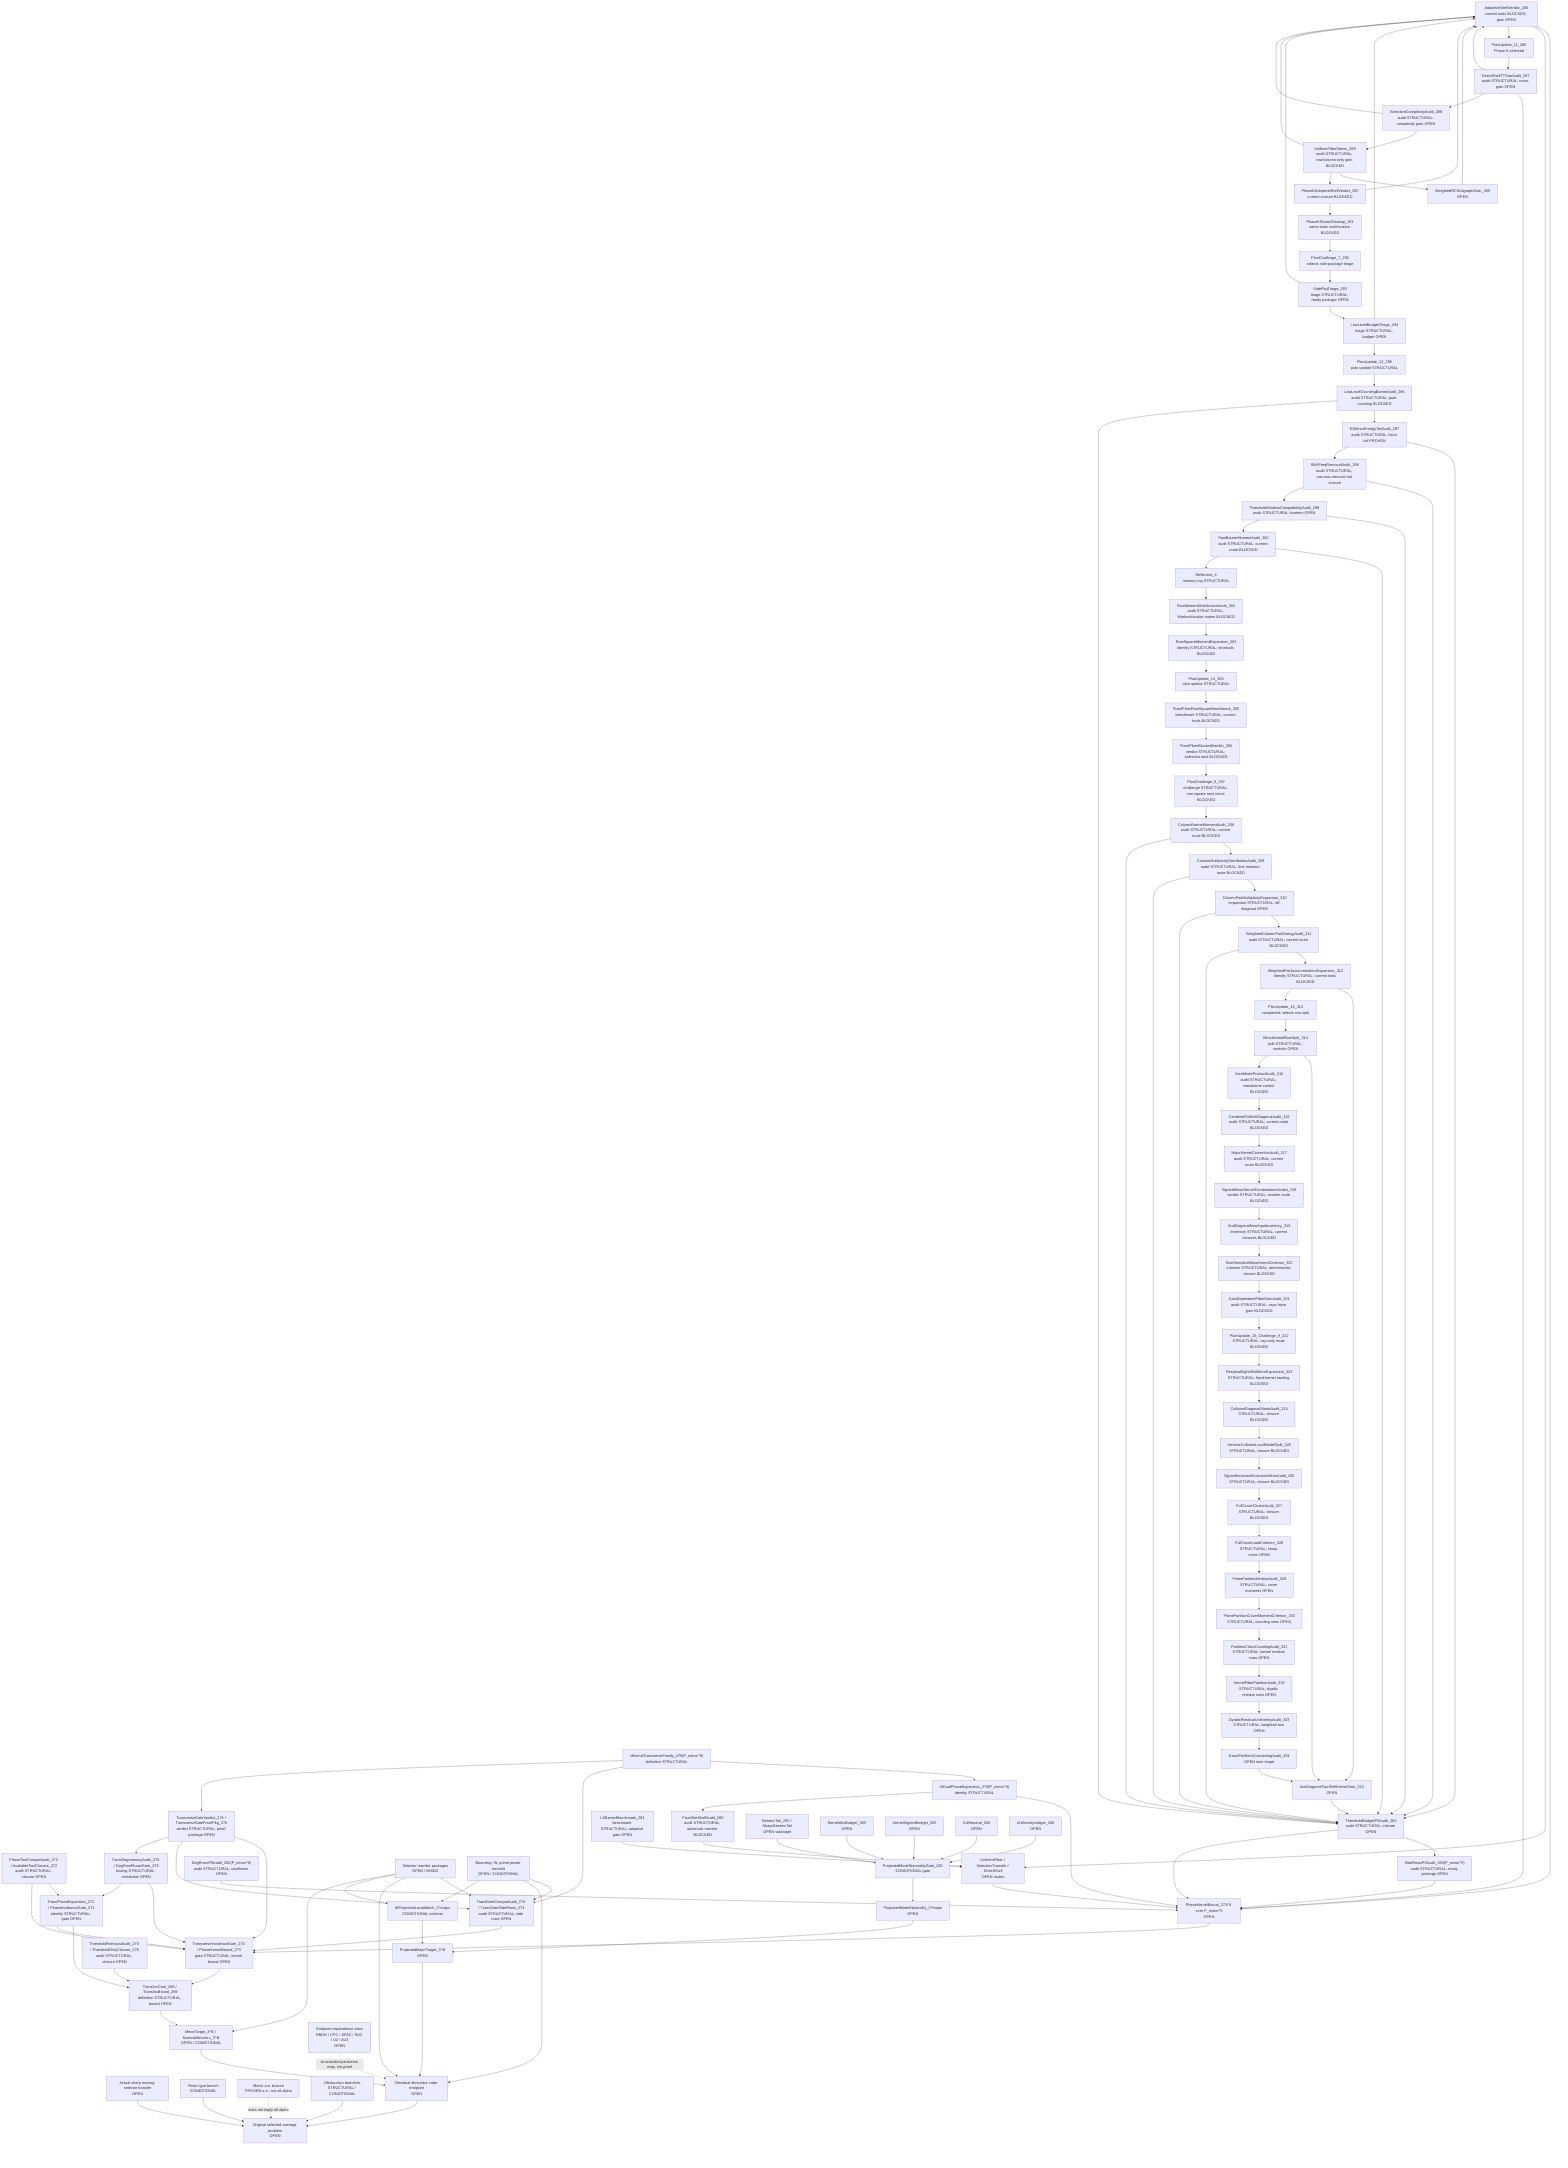
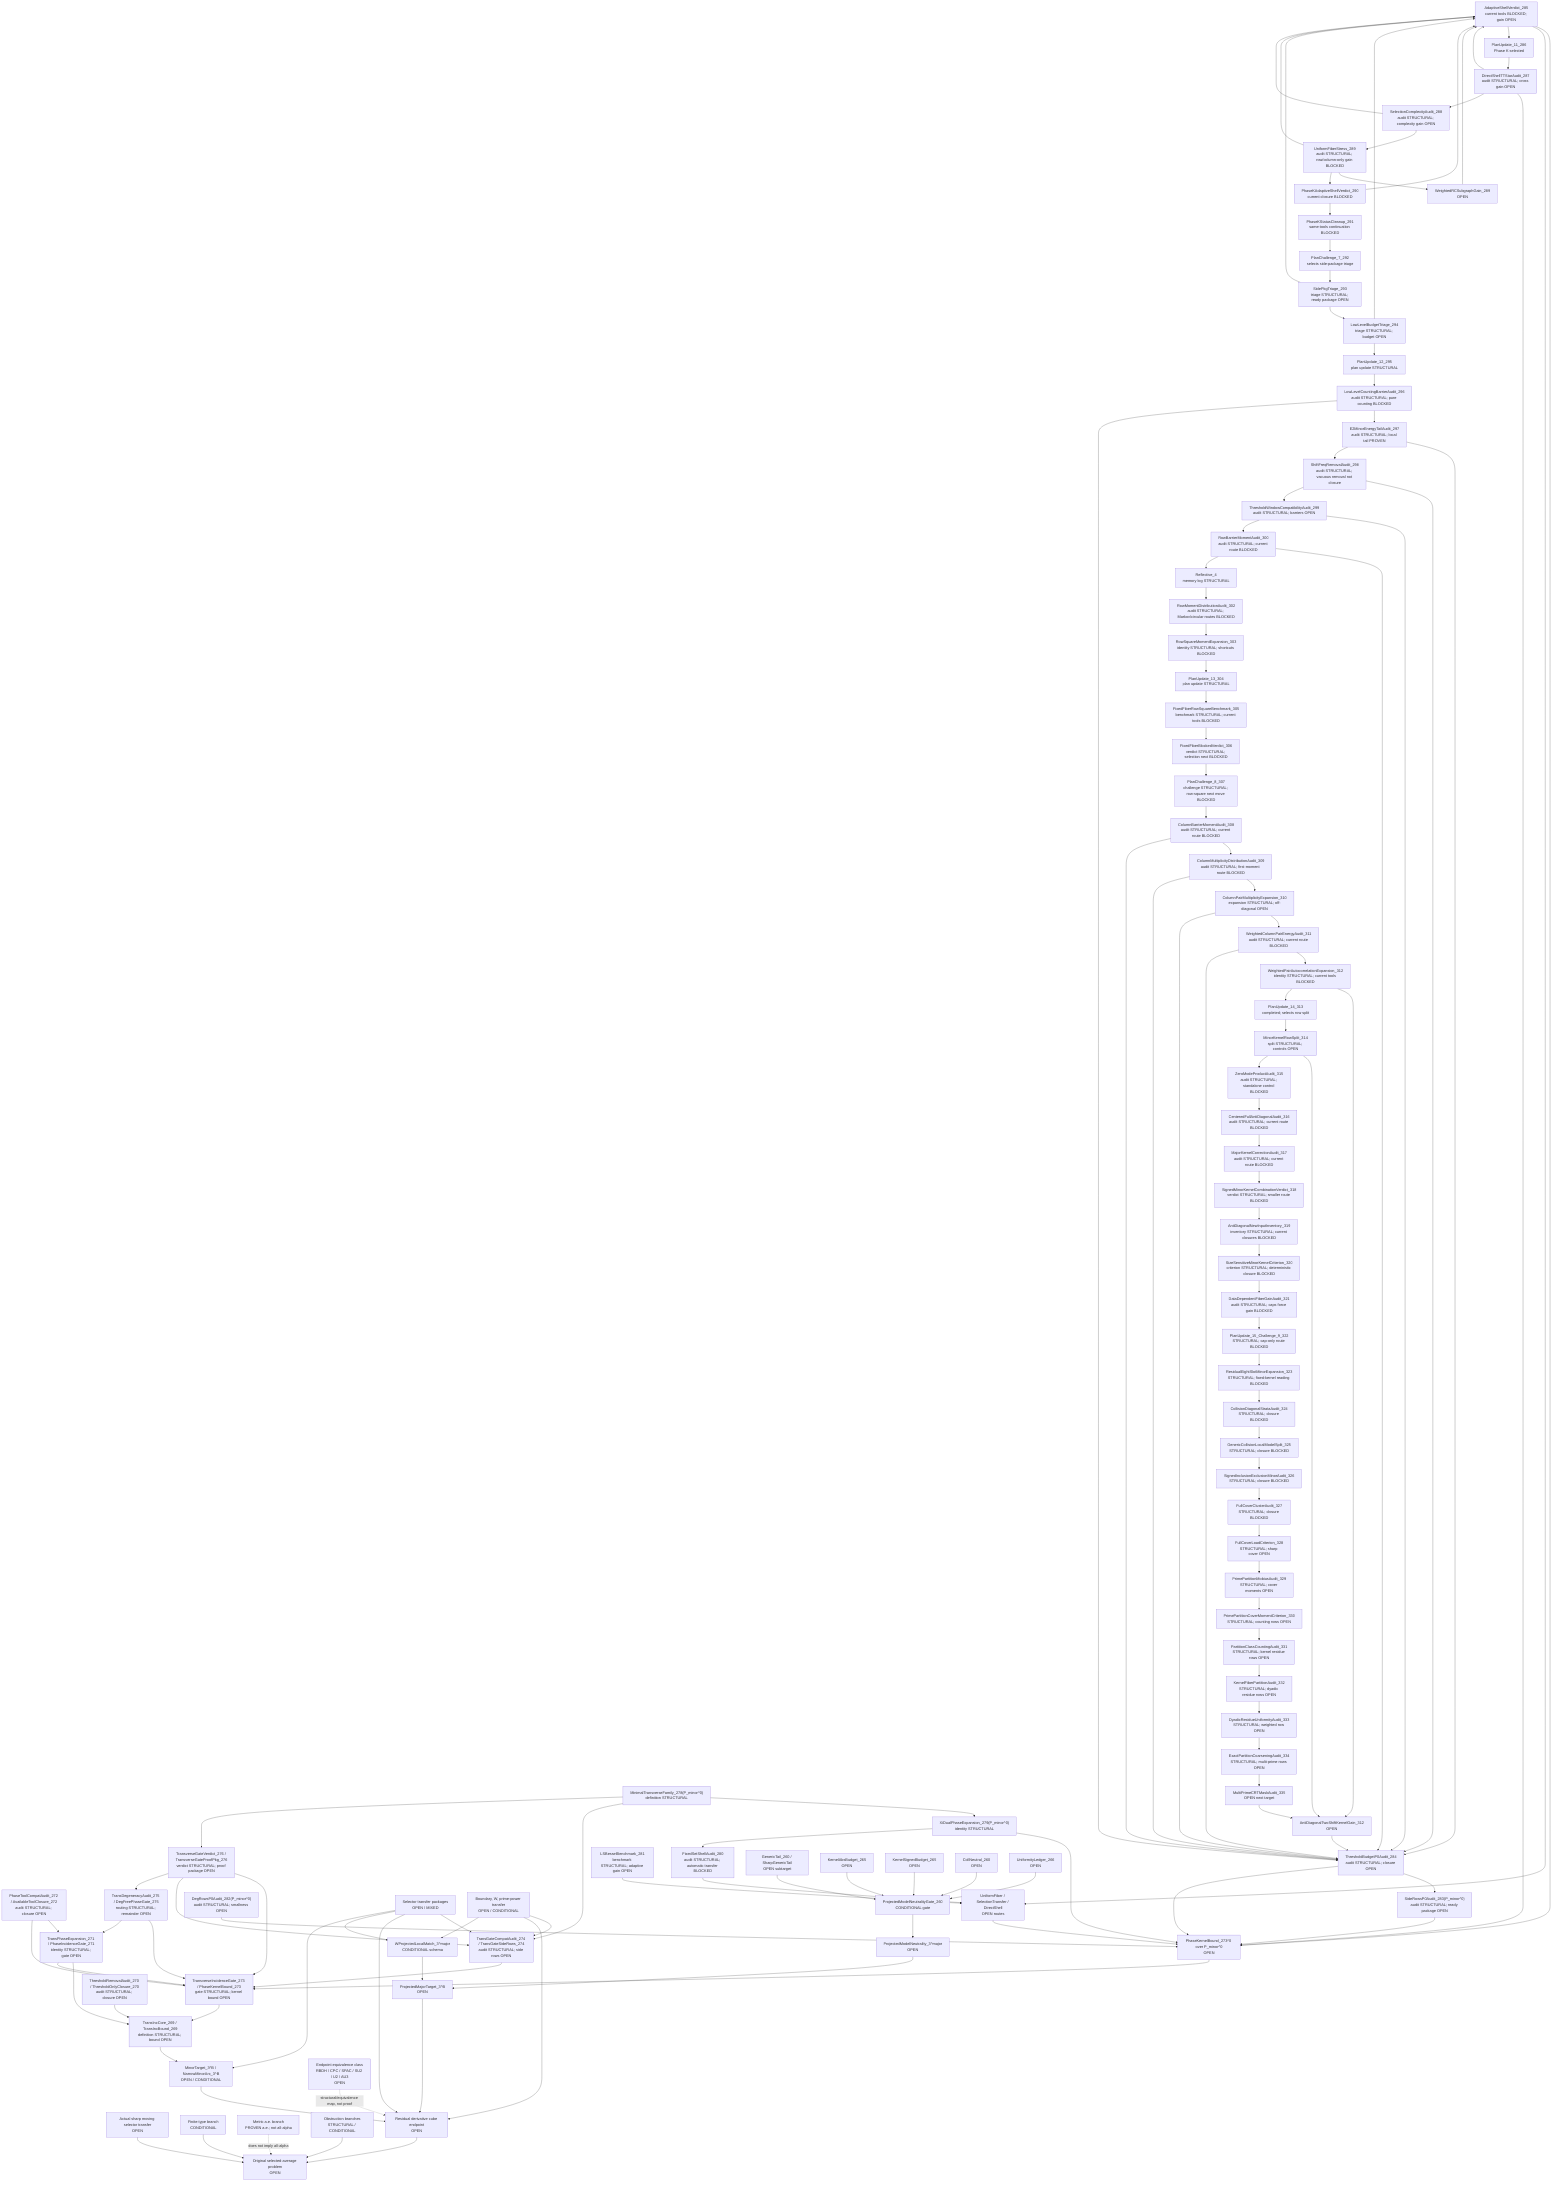
flowchart TD
  Original["Original selected-average problem<br/>OPEN"]
  SharpSel["Actual sharp moving selector transfer<br/>OPEN"]
  FiniteType["Finite-type branch<br/>CONDITIONAL"]
  Metric["Metric a.e. branch<br/>PROVEN a.e.; not all-alpha"]
  Obstruction["Obstruction branches<br/>STRUCTURAL / CONDITIONAL"]

  ResCube["Residual derivative cube endpoint<br/>OPEN"]
  MajorTarget["ProjectedMajorTarget_3^B<br/>OPEN"]
  MinorTarget["MinorTarget_3^B / NarrowMinorArc_3^B<br/>OPEN / CONDITIONAL"]
  TransInc["TransIncCore_269 / TransIncBound_269<br/>definition STRUCTURAL; bound OPEN"]
  ThresholdAudit["ThresholdRemovalAudit_270 / ThresholdOnlyClosure_270<br/>audit STRUCTURAL; closure OPEN"]
  PhaseExpansion["TransPhaseExpansion_271 / PhaseIncidenceGate_271<br/>identity STRUCTURAL; gate OPEN"]
  ToolCompat["PhaseToolCompatAudit_272 / AvailableToolClosure_272<br/>audit STRUCTURAL; closure OPEN"]
  TransGate["TransverseIncidenceGate_273 / PhaseKernelBound_273<br/>gate STRUCTURAL; kernel bound OPEN"]
  TransGateCompat["TransGateCompatAudit_274 / TransGateSideRows_274<br/>audit STRUCTURAL; side rows OPEN"]
  DegAudit["TransDegeneracyAudit_275 / DegFreePhaseGate_275<br/>routing STRUCTURAL; remainder OPEN"]
  TransVerdict["TransverseGateVerdict_276 / TransverseGateProofPkg_276<br/>verdict STRUCTURAL; proof package OPEN"]
  MinTransFamily["MinimalTransverseFamily_278(P_minor^0)<br/>definition STRUCTURAL"]
  XiExpansion["XiDualPhaseExpansion_279(P_minor^0)<br/>identity STRUCTURAL"]
  FixedShellAudit["FixedSetShellAudit_280<br/>audit STRUCTURAL; automatic transfer BLOCKED"]
  FixedShellTransfer["UniformFiber / SelectionTransfer / DirectShell<br/>OPEN routes"]
  LSBesselBench["LSBesselBenchmark_281<br/>benchmark STRUCTURAL; adaptive gain OPEN"]
  DegRowsP0["DegRowsP0Audit_282(P_minor^0)<br/>audit STRUCTURAL; smallness OPEN"]
  SideRowsP0["SideRowsP0Audit_283(P_minor^0)<br/>audit STRUCTURAL; ready package OPEN"]
  ThresholdP0["ThresholdBudgetP0Audit_284<br/>audit STRUCTURAL; closure OPEN"]
  AdaptiveShellP0["AdaptiveShellVerdict_285<br/>current tools BLOCKED; gain OPEN"]
  PlanUpdate11["PlanUpdate_11_286<br/>Phase K selected"]
  DirectTTStar["DirectShellTTStarAudit_287<br/>audit STRUCTURAL; cross gain OPEN"]
  SelectionComplexity["SelectionComplexityAudit_288<br/>audit STRUCTURAL; complexity gain OPEN"]
  UniformFiberStress["UniformFiberStress_289<br/>audit STRUCTURAL; row/column-only gain BLOCKED"]
  WeightedRCSubgraph["WeightedRCSubgraphGain_289<br/>OPEN"]
  AdaptiveVerdict290["PhaseKAdaptiveShellVerdict_290<br/>current closure BLOCKED"]
  PhaseKCleanup291["PhaseKStatusCleanup_291<br/>same-tools continuation BLOCKED"]
  PlanChallenge7["PlanChallenge_7_292<br/>selects side-package triage"]
  SidePkgTriage293["SidePkgTriage_293<br/>triage STRUCTURAL; ready package OPEN"]
  LowLevelTriage294["LowLevelBudgetTriage_294<br/>triage STRUCTURAL; budget OPEN"]
  PlanUpdate12["PlanUpdate_12_295<br/>plan update STRUCTURAL"]
  LowLevelBarrier296["LowLevelCountingBarrierAudit_296<br/>audit STRUCTURAL; pure counting BLOCKED"]
  E2Tail297["E2MinorEnergyTailAudit_297<br/>audit STRUCTURAL; local tail PROVEN"]
  ShiftFreq298["ShiftFreqRemovalAudit_298<br/>audit STRUCTURAL; vacuous removal not closure"]
  ThresholdWindow299["ThresholdWindowCompatibilityAudit_299<br/>audit STRUCTURAL; barriers OPEN"]
  RowBarrier300["RowBarrierMomentAudit_300<br/>audit STRUCTURAL; current route BLOCKED"]
  Reflective4["Reflective_4<br/>memory log STRUCTURAL"]
  RowMoment302["RowMomentDistributionAudit_302<br/>audit STRUCTURAL; Markov/circular routes BLOCKED"]
  RowSquare303["RowSquareMomentExpansion_303<br/>identity STRUCTURAL; shortcuts BLOCKED"]
  PlanUpdate13["PlanUpdate_13_304<br/>plan update STRUCTURAL"]
  FixedFiber305["FixedFiberRowSquareBenchmark_305<br/>benchmark STRUCTURAL; current tools BLOCKED"]
  FixedFiber306["FixedFiberBlockedVerdict_306<br/>verdict STRUCTURAL; selection next BLOCKED"]
  PlanChallenge8["PlanChallenge_8_307<br/>challenge STRUCTURAL; row-square next move BLOCKED"]
  ColumnBarrier308["ColumnBarrierMomentAudit_308<br/>audit STRUCTURAL; current route BLOCKED"]
  ColumnDist309["ColumnMultiplicityDistributionAudit_309<br/>audit STRUCTURAL; first-moment route BLOCKED"]
  ColumnPair310["ColumnPairMultiplicityExpansion_310<br/>expansion STRUCTURAL; off-diagonal OPEN"]
  WPair311["WeightedColumnPairEnergyAudit_311<br/>audit STRUCTURAL; current route BLOCKED"]
  AutoCorr312["WeightedPairAutocorrelationExpansion_312<br/>identity STRUCTURAL; current tools BLOCKED"]
  AntiDiag312["AntiDiagonalTwoShiftKernelGain_312<br/>OPEN"]
  PlanUpdate14["PlanUpdate_14_313<br/>completed; selects row split"]
  MinorKernel314["MinorKernelRowSplit_314<br/>split STRUCTURAL; controls OPEN"]
  ZeroAudit315["ZeroModeProductAudit_315<br/>audit STRUCTURAL; standalone control BLOCKED"]
  CenteredFull316["CenteredFullAntiDiagonalAudit_316<br/>audit STRUCTURAL; current route BLOCKED"]
  MajorCorr317["MajorKernelCorrectionAudit_317<br/>audit STRUCTURAL; current route BLOCKED"]
  SignedVerdict318["SignedMinorKernelCombinationVerdict_318<br/>verdict STRUCTURAL; smaller route BLOCKED"]
  NewInput319["AntiDiagonalNewInputInventory_319<br/>inventory STRUCTURAL; current closures BLOCKED"]
  SizeSensitive320["SizeSensitiveMinorKernelCriterion_320<br/>criterion STRUCTURAL; deterministic closure BLOCKED"]
  FiberGain321["DataDependentFiberGainAudit_321<br/>audit STRUCTURAL; caps force gain BLOCKED"]
  Plan322["PlanUpdate_15_Challenge_9_322<br/>STRUCTURAL; cap-only route BLOCKED"]
  ResidualEight323["ResidualEightSlotMinorExpansion_323<br/>STRUCTURAL; fixed-kernel reading BLOCKED"]
  Collision324["CollisionDiagonalStrataAudit_324<br/>STRUCTURAL; closure BLOCKED"]
  GenericSplit325["GenericCollisionLocalModelSplit_325<br/>STRUCTURAL; closure BLOCKED"]
  SignedIE326["SignedInclusionExclusionMinorAudit_326<br/>STRUCTURAL; closure BLOCKED"]
  FullCover327["FullCoverClusterAudit_327<br/>STRUCTURAL; closure BLOCKED"]
  CoverLoad328["FullCoverLoadCriterion_328<br/>STRUCTURAL; sharp cover OPEN"]
  PrimeMobius329["PrimePartitionMobiusAudit_329<br/>STRUCTURAL; cover moments OPEN"]
  CoverMoment330["PrimePartitionCoverMomentCriterion_330<br/>STRUCTURAL; counting rows OPEN"]
  PartitionCount331["PartitionClassCountingAudit_331<br/>STRUCTURAL; kernel residue rows OPEN"]
  KernelFiber332["KernelFiberPartitionAudit_332<br/>STRUCTURAL; dyadic residue rows OPEN"]
  Dyadic333["DyadicResidueUniformityAudit_333<br/>STRUCTURAL; weighted row OPEN"]
-   Coarsening334["ExactPartitionCoarseningAudit_334<br/>OPEN next target"]
+   Coarsening334["ExactPartitionCoarseningAudit_334<br/>STRUCTURAL; multi-prime rows OPEN"]
+   CRTMask335["MultiPrimeCRTMaskAudit_335<br/>OPEN next target"]
  PhaseKernel0["PhaseKernelBound_273^0 over P_minor^0<br/>OPEN"]
  SelectorTransfer["Selector transfer packages<br/>OPEN / MIXED"]
  BoundaryTransfer["Boundary, W, prime-power transfer<br/>OPEN / CONDITIONAL"]

  WLocal["WProjectedLocalMatch_3^major<br/>CONDITIONAL schema"]
  ModelNeutral["ProjectedModelNeutrality_3^major<br/>OPEN"]
  PMNGate["ProjectedModelNeutralityGate_260<br/>CONDITIONAL gate"]
  GenericTail["GenericTail_260 / SharpGenericTail<br/>OPEN subtarget"]
  KernelAbs["KernelAbsBudget_265<br/>OPEN"]
  KernelSigned["KernelSignedBudget_265<br/>OPEN"]
  CollNeutral["CollNeutral_260<br/>OPEN"]
  Uniformity["UniformityLedger_266<br/>OPEN"]

  EndpointClass["Endpoint equivalence class<br/>RBDH / CPC / SPAC / SU2 / U2 / AU3<br/>OPEN"]

  SharpSel --> Original
  FiniteType --> Original
  Obstruction --> Original
  ResCube --> Original
  Metric -. "does not imply all-alpha" .-> Original

  MajorTarget --> ResCube
  MinorTarget --> ResCube
  TransInc --> MinorTarget
  ThresholdAudit --> TransInc
  PhaseExpansion --> TransInc
  ToolCompat --> PhaseExpansion
  TransGate --> TransInc
  PhaseExpansion --> TransGate
  ToolCompat --> TransGate
  TransGateCompat --> TransGate
  SelectorTransfer --> TransGateCompat
  BoundaryTransfer --> TransGateCompat
  DegAudit --> TransGate
  DegAudit --> PhaseExpansion
  TransVerdict --> TransGate
  TransVerdict --> TransGateCompat
  TransVerdict --> DegAudit
  PhaseKernel0 --> TransGate
  MinTransFamily --> XiExpansion
  XiExpansion --> PhaseKernel0
  XiExpansion --> FixedShellAudit
  FixedShellAudit --> FixedShellTransfer
  FixedShellTransfer --> PhaseKernel0
  LSBesselBench --> FixedShellTransfer
  DegRowsP0 --> PhaseKernel0
  SideRowsP0 --> PhaseKernel0
  ThresholdP0 --> SideRowsP0
  ThresholdP0 --> PhaseKernel0
  AdaptiveShellP0 --> PhaseKernel0
  AdaptiveShellP0 --> FixedShellTransfer
  AdaptiveShellP0 --> PlanUpdate11
  PlanUpdate11 --> DirectTTStar
  DirectTTStar --> AdaptiveShellP0
  DirectTTStar --> PhaseKernel0
  DirectTTStar --> SelectionComplexity
  SelectionComplexity --> UniformFiberStress
  SelectionComplexity --> AdaptiveShellP0
  UniformFiberStress --> WeightedRCSubgraph
  WeightedRCSubgraph --> AdaptiveShellP0
  UniformFiberStress --> AdaptiveVerdict290
  UniformFiberStress --> AdaptiveShellP0
  AdaptiveVerdict290 --> AdaptiveShellP0
  AdaptiveVerdict290 --> PhaseKCleanup291
  PhaseKCleanup291 --> PlanChallenge7
  PlanChallenge7 --> SidePkgTriage293
  SidePkgTriage293 --> LowLevelTriage294
  SidePkgTriage293 --> AdaptiveShellP0
  LowLevelTriage294 --> AdaptiveShellP0
  LowLevelTriage294 --> PlanUpdate12
  PlanUpdate12 --> LowLevelBarrier296
  LowLevelBarrier296 --> E2Tail297
  LowLevelBarrier296 --> ThresholdP0
  E2Tail297 --> ThresholdP0
  E2Tail297 --> ShiftFreq298
  ShiftFreq298 --> ThresholdP0
  ShiftFreq298 --> ThresholdWindow299
  ThresholdWindow299 --> ThresholdP0
  ThresholdWindow299 --> RowBarrier300
  RowBarrier300 --> ThresholdP0
  RowBarrier300 --> Reflective4
  Reflective4 --> RowMoment302
  RowMoment302 --> RowSquare303
  RowSquare303 --> PlanUpdate13
  PlanUpdate13 --> FixedFiber305
  FixedFiber305 --> FixedFiber306
  FixedFiber306 --> PlanChallenge8
  PlanChallenge8 --> ColumnBarrier308
  ColumnBarrier308 --> ColumnDist309
  ColumnDist309 --> ColumnPair310
  ColumnPair310 --> WPair311
  WPair311 --> AutoCorr312
  AutoCorr312 --> AntiDiag312
  AntiDiag312 --> ThresholdP0
  AutoCorr312 --> PlanUpdate14
  PlanUpdate14 --> MinorKernel314
  MinorKernel314 --> AntiDiag312
  MinorKernel314 --> ZeroAudit315
  ZeroAudit315 --> CenteredFull316
  CenteredFull316 --> MajorCorr317
  MajorCorr317 --> SignedVerdict318
  SignedVerdict318 --> NewInput319
  NewInput319 --> SizeSensitive320
  SizeSensitive320 --> FiberGain321
  FiberGain321 --> Plan322
  Plan322 --> ResidualEight323
  ResidualEight323 --> Collision324
  Collision324 --> GenericSplit325
  GenericSplit325 --> SignedIE326
  SignedIE326 --> FullCover327
  FullCover327 --> CoverLoad328
  CoverLoad328 --> PrimeMobius329
  PrimeMobius329 --> CoverMoment330
  CoverMoment330 --> PartitionCount331
  PartitionCount331 --> KernelFiber332
  KernelFiber332 --> Dyadic333
  Dyadic333 --> Coarsening334
-   Coarsening334 --> AntiDiag312
+   Coarsening334 --> CRTMask335
+   CRTMask335 --> AntiDiag312
  WPair311 --> ThresholdP0
  ColumnPair310 --> ThresholdP0
  ColumnDist309 --> ThresholdP0
  ColumnBarrier308 --> ThresholdP0
  MinTransFamily --> TransGateCompat
  MinTransFamily --> TransVerdict
  SelectorTransfer --> ResCube
  BoundaryTransfer --> ResCube
  EndpointClass -. "structural/equivalence map, not proof" .-> ResCube

  WLocal --> MajorTarget
  ModelNeutral --> MajorTarget

  PMNGate --> ModelNeutral
  GenericTail --> PMNGate
  KernelAbs --> PMNGate
  KernelSigned --> PMNGate
  CollNeutral --> PMNGate
  Uniformity --> PMNGate

  BoundaryTransfer --> WLocal
  SelectorTransfer --> WLocal
  SelectorTransfer --> MinorTarget
